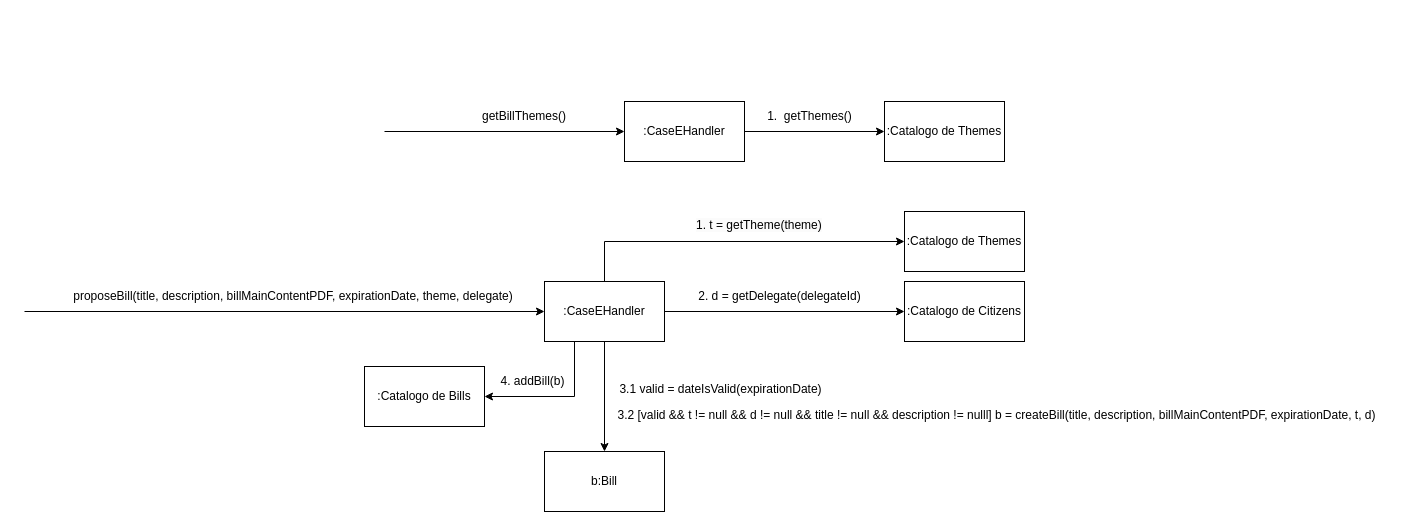
Before: page "Page-2" (2 of 8) of docs/IDs.drawio in thiagottvd/democracia2, a draw.io diagram. Source tidied: cells renumbered, new cells numbered last; positions are measured from the earlier drawing's top-left corner, leaving out a move shared by most shapes. Both pictures are drawn from the tidied source at 100%, with x=0, y=0 at pixel (24, 101).
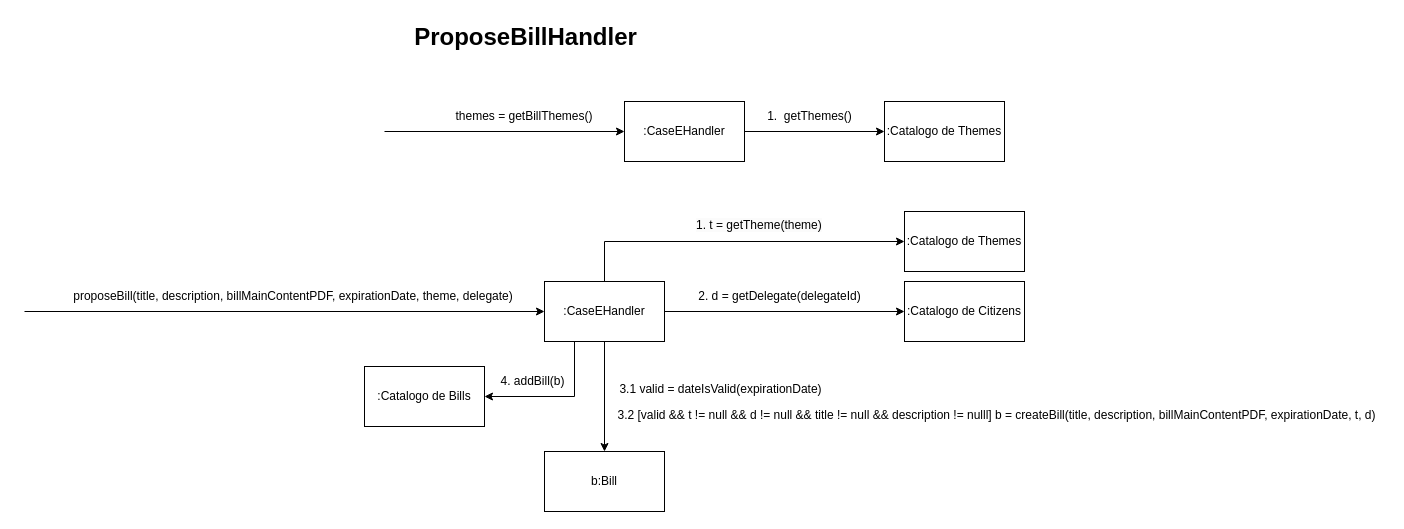
The same diagram, later.

What changed in the source:
```diff
@@
-    <mxCell id="20" value="getBillThemes()" style="text;html=1;strokeColor=none;fillColor=none;align=center;verticalAlign=middle;whiteSpace=wrap;rounded=0;" parent="1" vertex="1">
+    <mxCell id="20" value="themes = getBillThemes()" style="text;html=1;strokeColor=none;fillColor=none;align=center;verticalAlign=middle;whiteSpace=wrap;rounded=0;" parent="1" vertex="1">
       <mxGeometry x="400" width="200" height="30" as="geometry" />
     </mxCell>
@@
+    <mxCell id="24" value="&lt;font style=&quot;font-size: 24px;&quot;&gt;&lt;b&gt;ProposeBillHandler&lt;/b&gt;&lt;/font&gt;" style="text;html=1;align=center;verticalAlign=middle;strokeColor=none;fillColor=none;" parent="1" vertex="1">
+      <mxGeometry x="376" y="-84" width="250" height="40" as="geometry" />
+    </mxCell>
```
